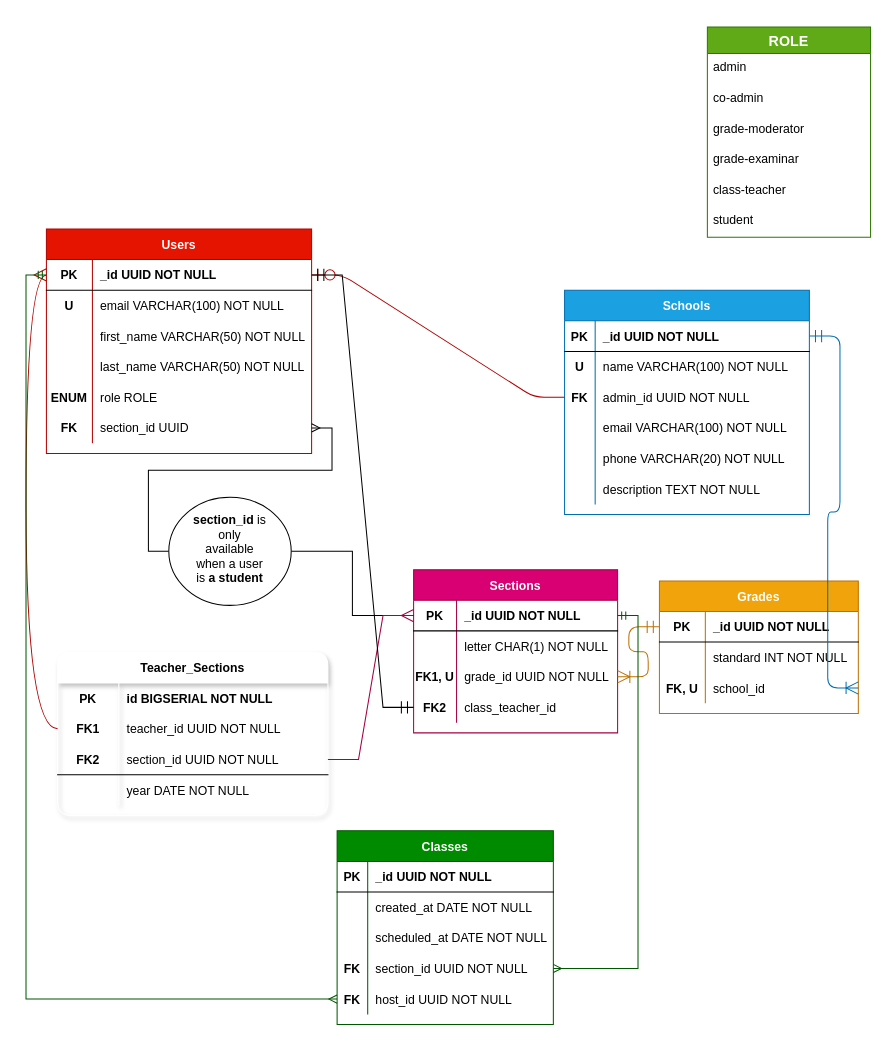
This is veschool-entity-relation.drawio from KRTirtho/veschool-diagrams, a draw.io file, before an edit. Source tidied: cells renumbered, new cells numbered last; positions are measured from the earlier drawing's top-left corner, leaving out a move shared by most shapes. Both pictures are drawn from the tidied source at 102%, with x=0, y=0 at pixel (46, 27).
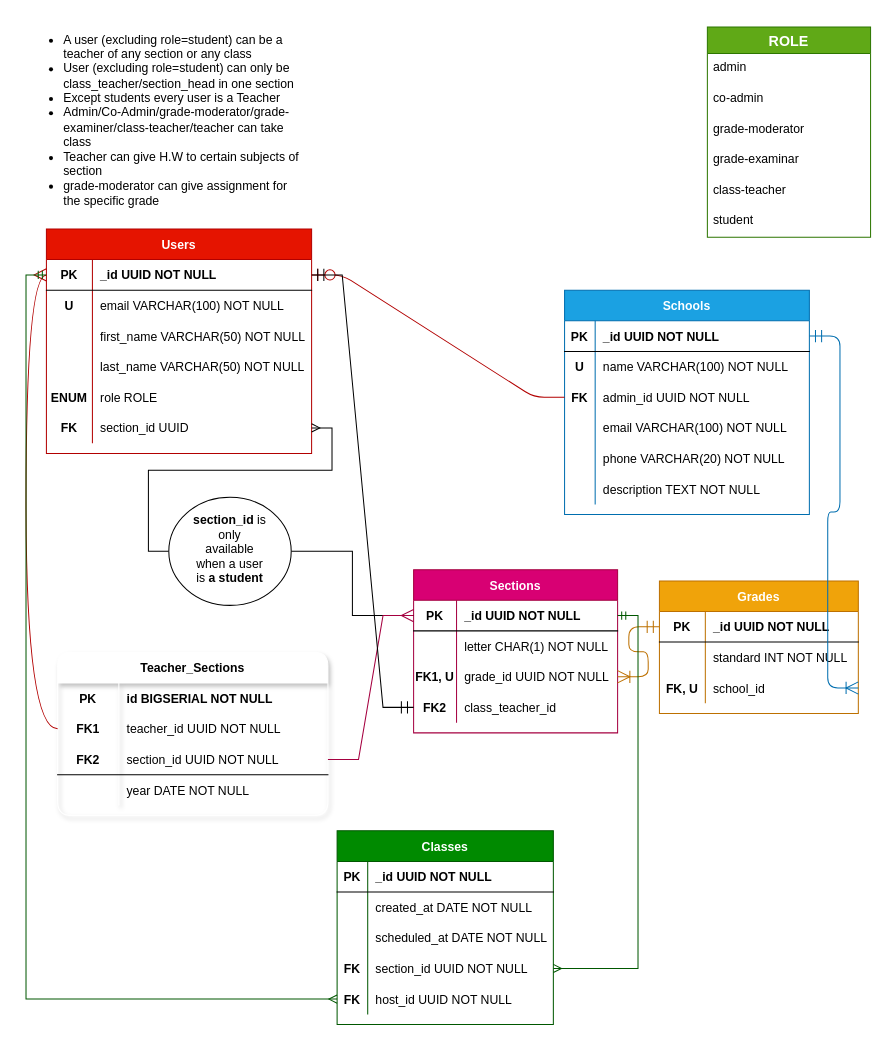
The same page after the edit.

The edit, as a diff of the source:
```diff
@@
+    <mxCell id="112" value="&lt;ul&gt;&lt;li&gt;A user (excluding role=student) can be a teacher of any section or any class&lt;/li&gt;&lt;li&gt;User (excluding role=student) can only be class_teacher/section_head in one section&lt;/li&gt;&lt;li&gt;Except students every user is a Teacher&lt;/li&gt;&lt;li&gt;Admin/Co-Admin/grade-moderator/grade-examiner/class-teacher/teacher can take class&lt;/li&gt;&lt;li&gt;Teacher can give H.W to certain subjects of section&lt;/li&gt;&lt;li&gt;grade-moderator can give assignment for the specific grade&lt;/li&gt;&lt;/ul&gt;" style="text;strokeColor=none;fillColor=none;html=1;whiteSpace=wrap;verticalAlign=middle;overflow=hidden;" parent="1" vertex="1">
+      <mxGeometry x="-25" y="-9" width="274" height="188" as="geometry" />
+    </mxCell>
```
